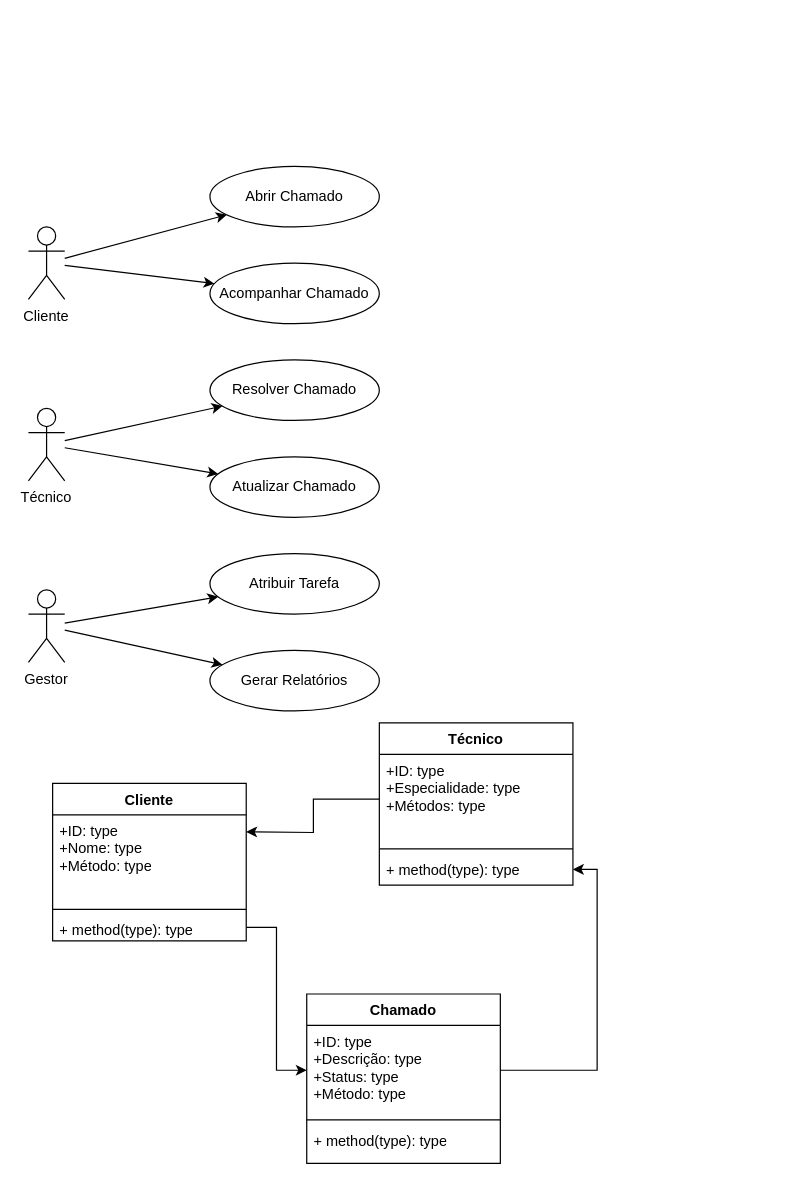
sabrinaLM893/diagramasderequisitos keeps this draw.io diagram as page "Página-5" (3 of 6) of Diagrama sem noe.drawio. Above is the earlier version. Source tidied: cells renumbered, new cells numbered last; positions are measured from the earlier drawing's top-left corner, leaving out a move shared by most shapes. Both pictures are drawn from the tidied source at 121%, with x=0, y=0 at pixel (28, 166).
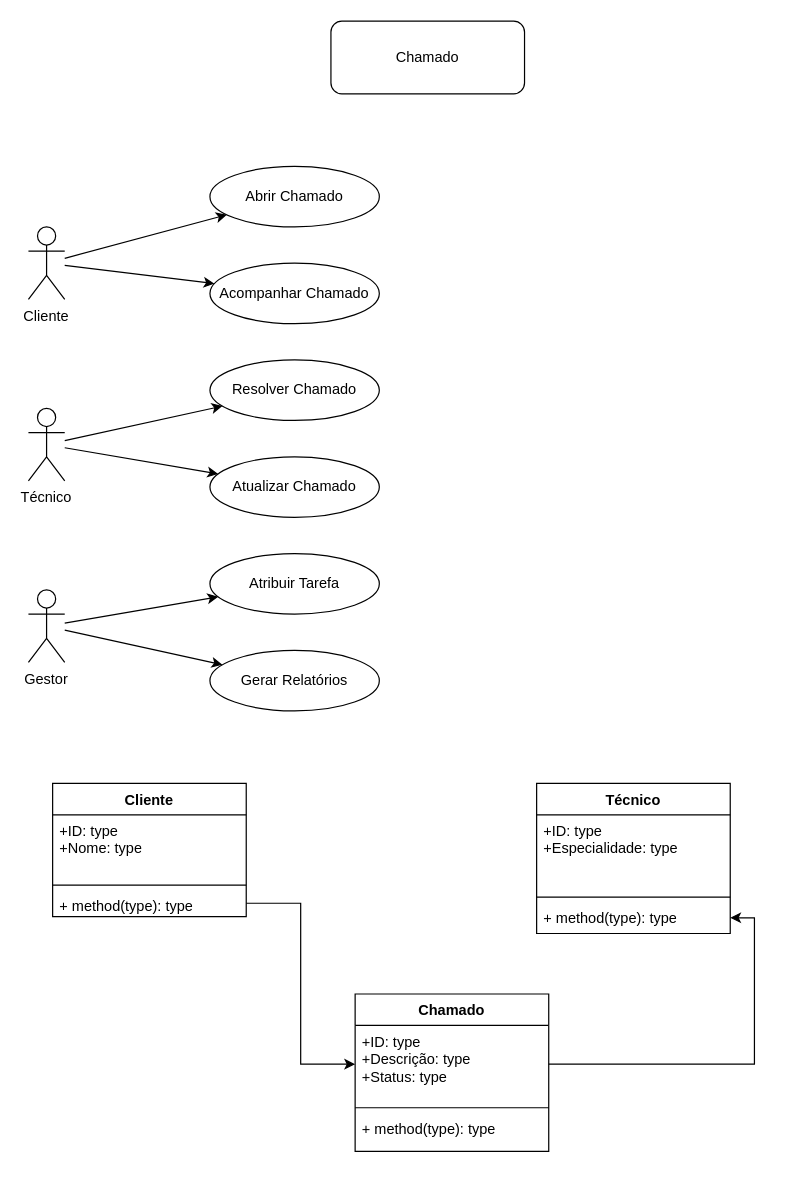
After the change.

The edit, as a diff of the source:
```diff
@@
     <mxCell id="17" value="Chamado" style="swimlane;fontStyle=1;align=center;verticalAlign=top;horizontal=1;startSize=26;whiteSpace=wrap;html=1;" parent="1" vertex="1">
-      <mxGeometry x="230" y="684" width="160" height="140" as="geometry" />
+      <mxGeometry x="270" y="684" width="160" height="130" as="geometry" />
     </mxCell>
-    <mxCell id="18" value="+ID: type&lt;div&gt;+Descrição: type&lt;/div&gt;&lt;div&gt;+Status: type&lt;/div&gt;&lt;div&gt;+Método: type&lt;/div&gt;" style="text;strokeColor=none;fillColor=none;align=left;verticalAlign=top;spacingLeft=4;spacingRight=4;overflow=hidden;points=[[0,0.5],[1,0.5]];portConstraint=eastwest;whiteSpace=wrap;html=1;" parent="17" vertex="1">
-      <mxGeometry y="26" width="160" height="74" as="geometry" />
+    <mxCell id="18" value="+ID: type&lt;div&gt;+Descrição: type&lt;/div&gt;&lt;div&gt;+Status: type&lt;/div&gt;&lt;div&gt;&lt;br&gt;&lt;/div&gt;" style="text;strokeColor=none;fillColor=none;align=left;verticalAlign=top;spacingLeft=4;spacingRight=4;overflow=hidden;points=[[0,0.5],[1,0.5]];portConstraint=eastwest;whiteSpace=wrap;html=1;" parent="17" vertex="1">
+      <mxGeometry y="26" width="160" height="64" as="geometry" />
     </mxCell>
     <mxCell id="19" style="line;strokeWidth=1;fillColor=none;align=left;verticalAlign=middle;spacingTop=-1;spacingLeft=3;spacingRight=3;labelPosition=right;strokeColor=inherit;" parent="17" vertex="1">
-      <mxGeometry y="100" width="160" height="8" as="geometry" />
+      <mxGeometry y="90" width="160" height="8" as="geometry" />
     </mxCell>
     <mxCell id="20" value="+ method(type): type" style="text;strokeColor=none;fillColor=none;align=left;verticalAlign=top;spacingLeft=4;spacingRight=4;overflow=hidden;whiteSpace=wrap;html=1;" parent="17" vertex="1">
-      <mxGeometry y="108" width="160" height="32" as="geometry" />
+      <mxGeometry y="98" width="160" height="32" as="geometry" />
     </mxCell>
     <mxCell id="21" value="Cliente" style="swimlane;fontStyle=1;align=center;verticalAlign=top;horizontal=1;startSize=26;whiteSpace=wrap;html=1;" parent="1" vertex="1">
-      <mxGeometry x="20" y="510" width="160" height="130" as="geometry" />
+      <mxGeometry x="20" y="510" width="160" height="110" as="geometry" />
     </mxCell>
-    <mxCell id="22" value="+ID: type&lt;div&gt;+Nome: type&lt;/div&gt;&lt;div&gt;+Método: type&lt;/div&gt;" style="text;strokeColor=none;fillColor=none;align=left;verticalAlign=top;spacingLeft=4;spacingRight=4;overflow=hidden;whiteSpace=wrap;html=1;" parent="21" vertex="1">
-      <mxGeometry y="26" width="160" height="74" as="geometry" />
+    <mxCell id="22" value="+ID: type&lt;div&gt;+Nome: type&lt;/div&gt;&lt;div&gt;&lt;br&gt;&lt;/div&gt;" style="text;strokeColor=none;fillColor=none;align=left;verticalAlign=top;spacingLeft=4;spacingRight=4;overflow=hidden;whiteSpace=wrap;html=1;" parent="21" vertex="1">
+      <mxGeometry y="26" width="160" height="54" as="geometry" />
     </mxCell>
     <mxCell id="23" style="line;strokeWidth=1;fillColor=none;align=left;verticalAlign=middle;spacingTop=-1;spacingLeft=3;spacingRight=3;labelPosition=right;strokeColor=inherit;" parent="21" vertex="1">
-      <mxGeometry y="100" width="160" height="8" as="geometry" />
+      <mxGeometry y="80" width="160" height="8" as="geometry" />
     </mxCell>
     <mxCell id="24" value="+ method(type): type" style="text;strokeColor=none;fillColor=none;align=left;verticalAlign=top;spacingLeft=4;spacingRight=4;overflow=hidden;points=[[0,0.5],[1,0.5]];portConstraint=eastwest;whiteSpace=wrap;html=1;" parent="21" vertex="1">
-      <mxGeometry y="108" width="160" height="22" as="geometry" />
+      <mxGeometry y="88" width="160" height="22" as="geometry" />
     </mxCell>
     <mxCell id="25" value="Técnico" style="swimlane;fontStyle=1;align=center;verticalAlign=top;horizontal=1;startSize=26;whiteSpace=wrap;html=1;" parent="1" vertex="1">
-      <mxGeometry x="290" y="460" width="160" height="134" as="geometry" />
+      <mxGeometry x="420" y="510" width="160" height="124" as="geometry" />
     </mxCell>
-    <mxCell id="26" value="+ID: type&lt;div&gt;+Especialidade: type&lt;/div&gt;&lt;div&gt;+Métodos: type&lt;/div&gt;" style="text;strokeColor=none;fillColor=none;align=left;verticalAlign=top;spacingLeft=4;spacingRight=4;overflow=hidden;points=[[0,0.5],[1,0.5]];portConstraint=eastwest;whiteSpace=wrap;html=1;" parent="25" vertex="1">
-      <mxGeometry y="26" width="160" height="74" as="geometry" />
+    <mxCell id="26" value="+ID: type&lt;div&gt;+Especialidade: type&lt;/div&gt;&lt;div&gt;&lt;br&gt;&lt;/div&gt;" style="text;strokeColor=none;fillColor=none;align=left;verticalAlign=top;spacingLeft=4;spacingRight=4;overflow=hidden;points=[[0,0.5],[1,0.5]];portConstraint=eastwest;whiteSpace=wrap;html=1;" parent="25" vertex="1">
+      <mxGeometry y="26" width="160" height="64" as="geometry" />
     </mxCell>
     <mxCell id="27" style="line;strokeWidth=1;fillColor=none;align=left;verticalAlign=middle;spacingTop=-1;spacingLeft=3;spacingRight=3;labelPosition=right;strokeColor=inherit;" parent="25" vertex="1">
-      <mxGeometry y="100" width="160" height="8" as="geometry" />
+      <mxGeometry y="90" width="160" height="8" as="geometry" />
     </mxCell>
     <mxCell id="28" value="+ method(type): type" style="text;strokeColor=none;fillColor=none;align=left;verticalAlign=top;spacingLeft=4;spacingRight=4;overflow=hidden;points=[[0,0.5],[1,0.5]];portConstraint=eastwest;whiteSpace=wrap;html=1;" parent="25" vertex="1">
-      <mxGeometry y="108" width="160" height="26" as="geometry" />
+      <mxGeometry y="98" width="160" height="26" as="geometry" />
     </mxCell>
@@
-    <mxCell id="31" style="edgeStyle=orthogonalEdgeStyle;rounded=0;jettySize=auto;html=1;" parent="1" edge="1" source="26">
-      <mxGeometry relative="1" as="geometry">
-        <mxPoint x="180" y="550" as="targetPoint" />
-      </mxGeometry>
-    </mxCell>
+    <mxCell id="32" value="Chamado" style="rounded=1;whiteSpace=wrap;html=1;" parent="1" vertex="1">
+      <mxGeometry x="250" y="-120" width="160" height="60" as="geometry" />
+    </mxCell>
```
